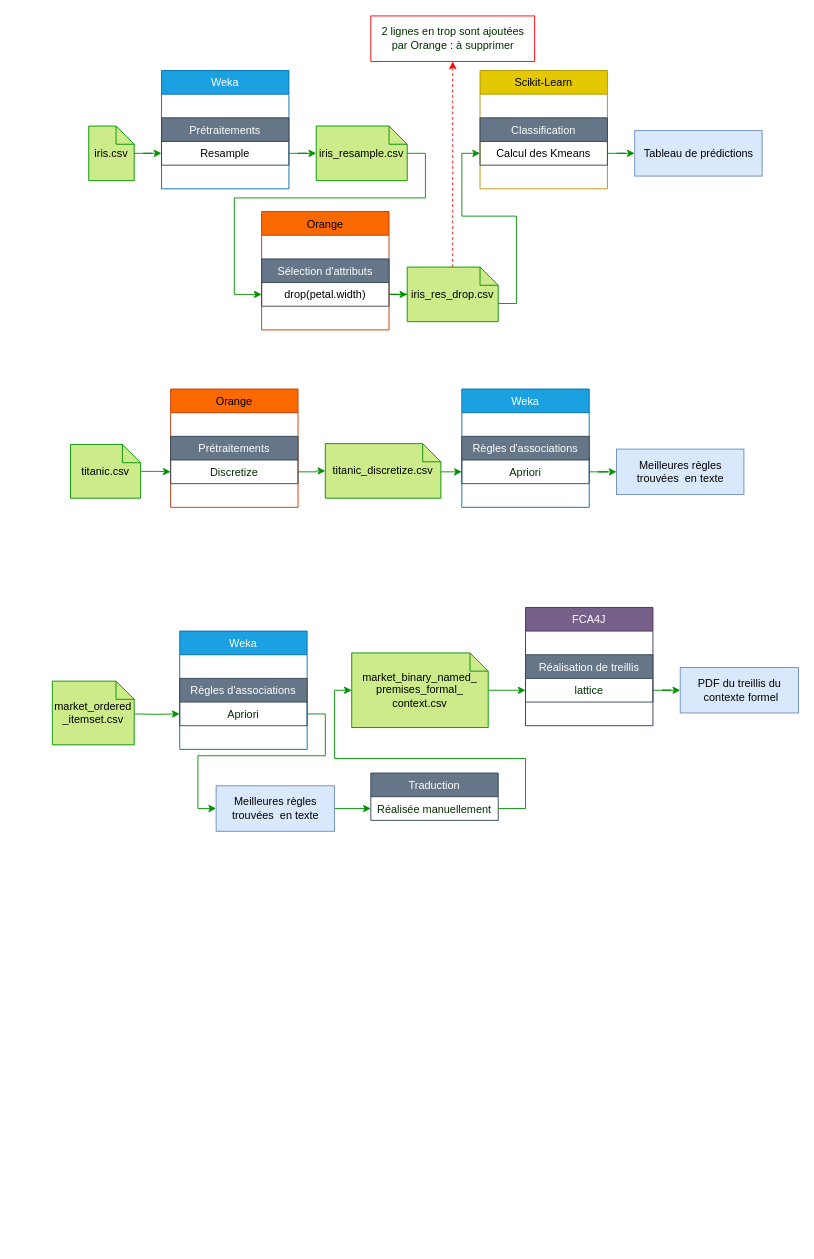
Above: page "schéma chaines de traitements" (1 of 2) of chaines_de_traitement/schema_interoperabilite.drawio in Sc00bi/TER_FCA_Notebook (draw.io), before the change. Source tidied: cells renumbered, new cells numbered last; positions are measured from the earlier drawing's top-left corner, leaving out a move shared by most shapes. Both pictures are drawn from the tidied source at 91%, with x=0, y=0 at pixel (52, 15).
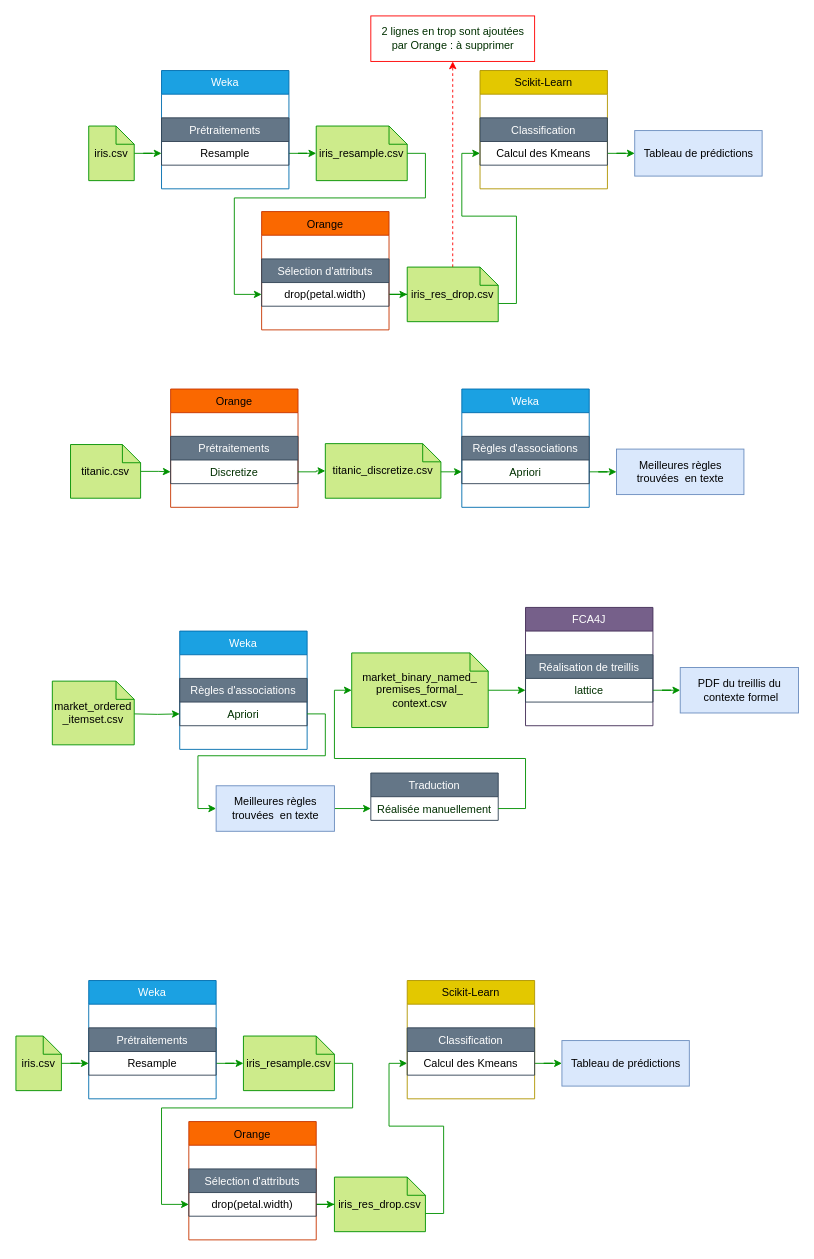
After the change.

What changed in the source:
```diff
@@
+    <mxCell id="68" style="edgeStyle=orthogonalEdgeStyle;rounded=0;jettySize=auto;html=1;strokeColor=#009100;exitX=0;exitY=0;exitDx=50;exitDy=40;exitPerimeter=0;entryX=0;entryY=0.5;entryDx=0;entryDy=0;" parent="1" edge="1" source="75" target="86">
+      <mxGeometry relative="1" as="geometry">
+        <Array as="points">
+          <mxPoint x="260" y="1151" />
+          <mxPoint x="330" y="1151" />
+          <mxPoint x="330" y="1200" />
+          <mxPoint x="120" y="1200" />
+          <mxPoint x="120" y="1306" />
+        </Array>
+      </mxGeometry>
+    </mxCell>
+    <mxCell id="69" style="edgeStyle=orthogonalEdgeStyle;rounded=0;jettySize=auto;html=1;strokeColor=#009100;exitX=0;exitY=0;exitDx=100;exitDy=40;exitPerimeter=0;" parent="1" edge="1" source="77" target="91">
+      <mxGeometry relative="1" as="geometry" />
+    </mxCell>
+    <mxCell id="70" value="Tableau de prédictions" style="html=1;strokeColor=#6c8ebf;fillColor=#dae8fc;" parent="1" vertex="1">
+      <mxGeometry x="560" y="1126" width="140" height="50" as="geometry" />
+    </mxCell>
+    <mxCell id="71" style="edgeStyle=orthogonalEdgeStyle;rounded=0;jettySize=auto;html=1;strokeColor=#009100;" parent="1" edge="1" source="91" target="70">
+      <mxGeometry relative="1" as="geometry" />
+    </mxCell>
+    <mxCell id="72" style="edgeStyle=orthogonalEdgeStyle;rounded=0;jettySize=auto;html=1;fontColor=#003000;strokeColor=#009100;entryX=0;entryY=0.5;entryDx=0;entryDy=0;entryPerimeter=0;" parent="1" edge="1" source="86" target="77">
+      <mxGeometry relative="1" as="geometry" />
+    </mxCell>
+    <mxCell id="73" style="edgeStyle=orthogonalEdgeStyle;rounded=0;jettySize=auto;html=1;entryX=0;entryY=0.5;entryDx=0;entryDy=0;strokeColor=#009100;" parent="1" edge="1" source="74" target="81">
+      <mxGeometry relative="1" as="geometry" />
+    </mxCell>
+    <mxCell id="74" value="&lt;div&gt;iris.csv&lt;/div&gt;" style="shape=note;size=20;whiteSpace=wrap;html=1;fillColor=#CDEB8B;strokeColor=#009100;" parent="1" vertex="1">
+      <mxGeometry x="-40" y="1121" width="50" height="60" as="geometry" />
+    </mxCell>
+    <mxCell id="75" value="&lt;div&gt;iris_resample.csv&lt;/div&gt;" style="shape=note;size=20;whiteSpace=wrap;html=1;fillColor=#CDEB8B;strokeColor=#009100;" parent="1" vertex="1">
+      <mxGeometry x="210" y="1121" width="100" height="60" as="geometry" />
+    </mxCell>
+    <mxCell id="76" style="edgeStyle=orthogonalEdgeStyle;rounded=0;jettySize=auto;html=1;entryX=0;entryY=0.5;entryDx=0;entryDy=0;entryPerimeter=0;strokeColor=#009100;" parent="1" edge="1" source="81" target="75">
+      <mxGeometry relative="1" as="geometry" />
+    </mxCell>
+    <mxCell id="77" value="&lt;div&gt;iris_res_drop.csv&lt;/div&gt;" style="shape=note;size=20;whiteSpace=wrap;html=1;fillColor=#CDEB8B;strokeColor=#009100;" parent="1" vertex="1">
+      <mxGeometry x="310" y="1276" width="100" height="60" as="geometry" />
+    </mxCell>
+    <mxCell id="78" value="Weka" style="swimlane;fontStyle=0;horizontal=1;startSize=26;fillColor=#1ba1e2;strokeColor=#006EAF;fontColor=#ffffff;" parent="1" vertex="1">
+      <mxGeometry x="40" y="1060" width="140" height="130" as="geometry" />
+    </mxCell>
+    <mxCell id="79" value=" " style="text;strokeColor=none;fillColor=none;align=left;verticalAlign=top;spacingLeft=4;spacingRight=4;overflow=hidden;" parent="78" vertex="1">
+      <mxGeometry y="26" width="140" height="26" as="geometry" />
+    </mxCell>
+    <mxCell id="80" value="Prétraitements" style="swimlane;fontStyle=0;horizontal=1;startSize=26;fillColor=#647687;strokeColor=#314354;fontColor=#ffffff;" parent="78" vertex="1">
+      <mxGeometry y="52" width="140" height="52" as="geometry" />
+    </mxCell>
+    <mxCell id="81" value="Resample" style="text;strokeColor=none;fillColor=none;align=center;verticalAlign=top;spacingLeft=4;spacingRight=4;overflow=hidden;points=[[0,0.5],[1,0.5]];portConstraint=eastwest;" parent="80" vertex="1">
+      <mxGeometry y="26" width="140" height="26" as="geometry" />
+    </mxCell>
+    <mxCell id="82" value=" " style="text;strokeColor=none;fillColor=none;align=left;verticalAlign=top;spacingLeft=4;spacingRight=4;overflow=hidden;" parent="78" vertex="1">
+      <mxGeometry y="104" width="140" height="26" as="geometry" />
+    </mxCell>
+    <mxCell id="83" value="Orange" style="swimlane;fontStyle=0;horizontal=1;startSize=26;fillColor=#fa6800;strokeColor=#C73500;fontColor=#000000;" parent="1" vertex="1">
+      <mxGeometry x="150" y="1215" width="140" height="130" as="geometry" />
+    </mxCell>
+    <mxCell id="84" value=" &#10;" style="text;strokeColor=none;fillColor=none;align=left;verticalAlign=top;spacingLeft=4;spacingRight=4;overflow=hidden;" parent="83" vertex="1">
+      <mxGeometry y="26" width="140" height="26" as="geometry" />
+    </mxCell>
+    <mxCell id="85" value="Sélection d'attributs" style="swimlane;fontStyle=0;horizontal=1;startSize=26;fillColor=#647687;strokeColor=#314354;fontColor=#ffffff;" parent="83" vertex="1">
+      <mxGeometry y="52" width="140" height="52" as="geometry" />
+    </mxCell>
+    <mxCell id="86" value="drop(petal.width)" style="text;strokeColor=none;fillColor=none;align=center;verticalAlign=top;spacingLeft=4;spacingRight=4;overflow=hidden;points=[[0,0.5],[1,0.5]];portConstraint=eastwest;" parent="85" vertex="1">
+      <mxGeometry y="26" width="140" height="26" as="geometry" />
+    </mxCell>
+    <mxCell id="87" value=" " style="text;strokeColor=none;fillColor=none;align=left;verticalAlign=top;spacingLeft=4;spacingRight=4;overflow=hidden;" parent="83" vertex="1">
+      <mxGeometry y="104" width="140" height="26" as="geometry" />
+    </mxCell>
+    <mxCell id="88" value="Scikit-Learn" style="swimlane;fontStyle=0;horizontal=1;startSize=26;fillColor=#e3c800;strokeColor=#B09500;fontColor=#000000;" parent="1" vertex="1">
+      <mxGeometry x="390" y="1060" width="140" height="130" as="geometry" />
+    </mxCell>
+    <mxCell id="89" value=" &#10;" style="text;strokeColor=none;fillColor=none;align=left;verticalAlign=top;spacingLeft=4;spacingRight=4;overflow=hidden;" parent="88" vertex="1">
+      <mxGeometry y="26" width="140" height="26" as="geometry" />
+    </mxCell>
+    <mxCell id="90" value="Classification" style="swimlane;fontStyle=0;horizontal=1;startSize=26;fillColor=#647687;strokeColor=#314354;fontColor=#ffffff;" parent="88" vertex="1">
+      <mxGeometry y="52" width="140" height="52" as="geometry" />
+    </mxCell>
+    <mxCell id="91" value="Calcul des Kmeans" style="text;strokeColor=none;fillColor=none;align=center;verticalAlign=top;spacingLeft=4;spacingRight=4;overflow=hidden;points=[[0,0.5],[1,0.5]];portConstraint=eastwest;" parent="90" vertex="1">
+      <mxGeometry y="26" width="140" height="26" as="geometry" />
+    </mxCell>
+    <mxCell id="92" value=" " style="text;strokeColor=none;fillColor=none;align=left;verticalAlign=top;spacingLeft=4;spacingRight=4;overflow=hidden;" parent="88" vertex="1">
+      <mxGeometry y="104" width="140" height="26" as="geometry" />
+    </mxCell>
```
